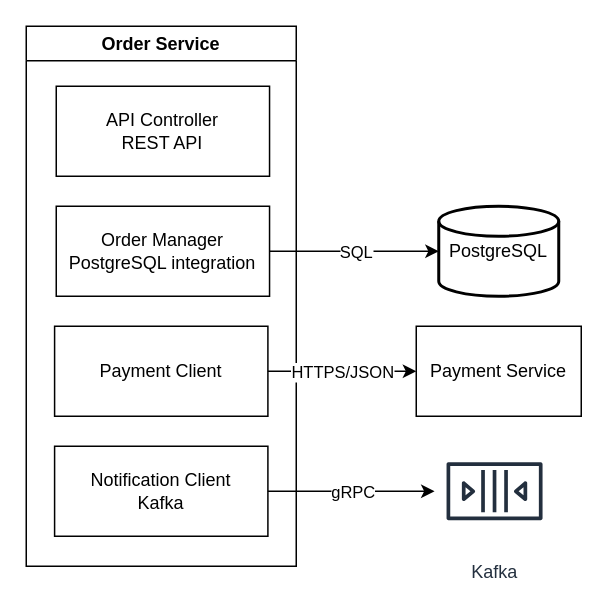
The draw.io diagram page "Order" (5 of 11) of ABC C1.drawio in IlyaMoskva/diagrams, before the edit. Source tidied: cells renumbered, new cells numbered last; positions are measured from the earlier drawing's top-left corner, leaving out a move shared by most shapes. Both pictures are drawn from the tidied source at 150%, with x=0, y=0 at pixel (26, 26).
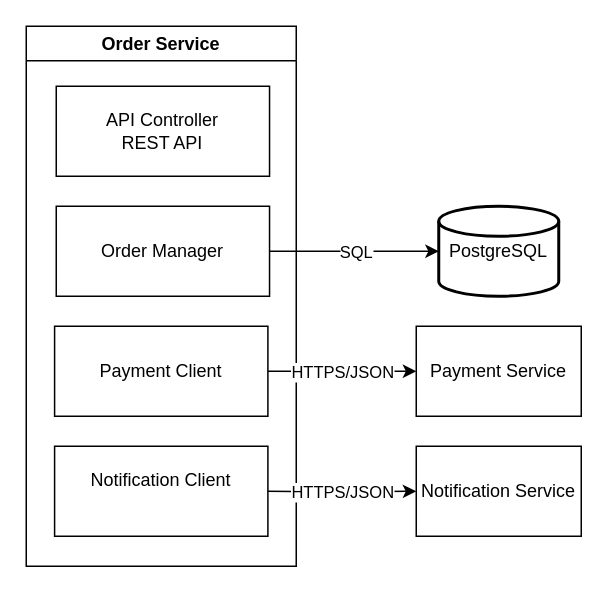
The same page after the edit.

The edit, as a diff of the source:
```diff
@@
 <mxGraphModel>
   <root>
     <mxCell id="0" />
     <mxCell id="1" parent="0" />
     <mxCell id="2" value="Order Service" style="swimlane;whiteSpace=wrap;html=1;" parent="1" vertex="1">
       <mxGeometry width="180" height="360" as="geometry" />
     </mxCell>
     <mxCell id="3" value="&lt;div&gt;API Controller&lt;/div&gt;&lt;div&gt;REST API&lt;/div&gt;" style="whiteSpace=wrap;html=1;" parent="2" vertex="1">
       <mxGeometry x="20" y="40" width="142.2" height="60" as="geometry" />
     </mxCell>
-    <mxCell id="4" value="Notification Client&lt;div&gt;Kafka&lt;/div&gt;" style="whiteSpace=wrap;html=1;" parent="2" vertex="1">
+    <mxCell id="4" value="Notification Client&lt;div&gt;&lt;br&gt;&lt;/div&gt;" style="whiteSpace=wrap;html=1;" parent="2" vertex="1">
       <mxGeometry x="18.9" y="280" width="142.2" height="60" as="geometry" />
     </mxCell>
     <mxCell id="5" value="Payment Client" style="whiteSpace=wrap;html=1;" parent="2" vertex="1">
       <mxGeometry x="18.9" y="200" width="142.2" height="60" as="geometry" />
     </mxCell>
-    <mxCell id="6" value="Order Manager&lt;div&gt;PostgreSQL integration&lt;/div&gt;" style="whiteSpace=wrap;html=1;" parent="2" vertex="1">
+    <mxCell id="6" value="Order Manager" style="whiteSpace=wrap;html=1;" parent="2" vertex="1">
       <mxGeometry x="20" y="120" width="142.2" height="60" as="geometry" />
     </mxCell>
-    <mxCell id="7" value="Kafka" style="sketch=0;outlineConnect=0;fontColor=#232F3E;gradientColor=none;strokeColor=#232F3E;fillColor=#ffffff;dashed=0;verticalLabelPosition=bottom;verticalAlign=top;align=center;html=1;fontSize=12;fontStyle=0;shape=mxgraph.aws4.resourceIcon;resIcon=mxgraph.aws4.queue;" parent="1" vertex="1">
-      <mxGeometry x="272.2" y="270" width="80" height="80" as="geometry" />
-    </mxCell>
-    <mxCell id="8" style="edgeStyle=orthogonalEdgeStyle;rounded=0;jettySize=auto;html=1;" parent="1" edge="1" source="4" target="7">
-      <mxGeometry relative="1" as="geometry" />
-    </mxCell>
-    <mxCell id="9" value="gRPC" style="edgeLabel;html=1;align=center;verticalAlign=middle;" parent="8" vertex="1">
-      <mxGeometry x="0.01" relative="1" as="geometry" />
-    </mxCell>
     <mxCell id="10" value="Payment Service" style="whiteSpace=wrap;html=1;" parent="1" vertex="1">
       <mxGeometry x="260" y="200" width="110" height="60" as="geometry" />
     </mxCell>
     <mxCell id="11" style="edgeStyle=orthogonalEdgeStyle;rounded=0;jettySize=auto;html=1;" parent="1" edge="1" source="5" target="10">
       <mxGeometry relative="1" as="geometry" />
     </mxCell>
     <mxCell id="12" value="HTTPS/JSON" style="edgeLabel;html=1;align=center;verticalAlign=middle;" parent="11" vertex="1">
       <mxGeometry x="0.1" y="-2" relative="1" as="geometry">
         <mxPoint x="-5" y="-2" as="offset" />
       </mxGeometry>
     </mxCell>
     <mxCell id="13" value="PostgreSQL" style="strokeWidth=2;html=1;shape=mxgraph.flowchart.database;whiteSpace=wrap;" parent="1" vertex="1">
       <mxGeometry x="275" y="120" width="80" height="60" as="geometry" />
     </mxCell>
     <mxCell id="14" style="edgeStyle=orthogonalEdgeStyle;rounded=0;jettySize=auto;html=1;entryX=0;entryY=0.5;entryDx=0;entryDy=0;entryPerimeter=0;" parent="1" edge="1" source="6" target="13">
       <mxGeometry relative="1" as="geometry" />
     </mxCell>
     <mxCell id="15" value="SQL" style="edgeLabel;html=1;align=center;verticalAlign=middle;" parent="14" vertex="1">
       <mxGeometry x="0.01" relative="1" as="geometry" />
     </mxCell>
+    <mxCell id="16" value="Notification Service" style="whiteSpace=wrap;html=1;" parent="1" vertex="1">
+      <mxGeometry x="260" y="280" width="110" height="60" as="geometry" />
+    </mxCell>
+    <mxCell id="17" style="edgeStyle=orthogonalEdgeStyle;rounded=0;jettySize=auto;html=1;" parent="1" edge="1" target="16">
+      <mxGeometry relative="1" as="geometry">
+        <mxPoint x="161" y="310" as="sourcePoint" />
+      </mxGeometry>
+    </mxCell>
+    <mxCell id="18" value="HTTPS/JSON" style="edgeLabel;html=1;align=center;verticalAlign=middle;" parent="17" vertex="1">
+      <mxGeometry x="0.1" y="-2" relative="1" as="geometry">
+        <mxPoint x="-5" y="-2" as="offset" />
+      </mxGeometry>
+    </mxCell>
   </root>
 </mxGraphModel>
```
